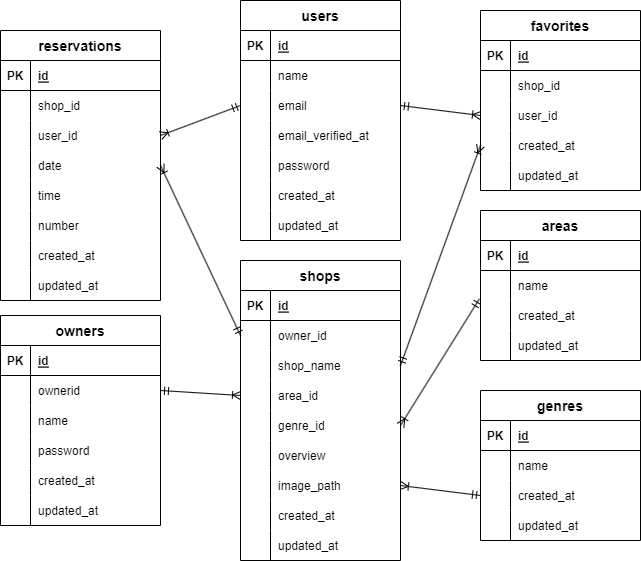
The draw.io diagram src/.drawio.png in yoshikiakazawa/Rese_rest, before a commit. Source tidied: cells renumbered, new cells last; positions are measured from the earlier drawing's top-left corner, leaving out a move shared by most shapes.
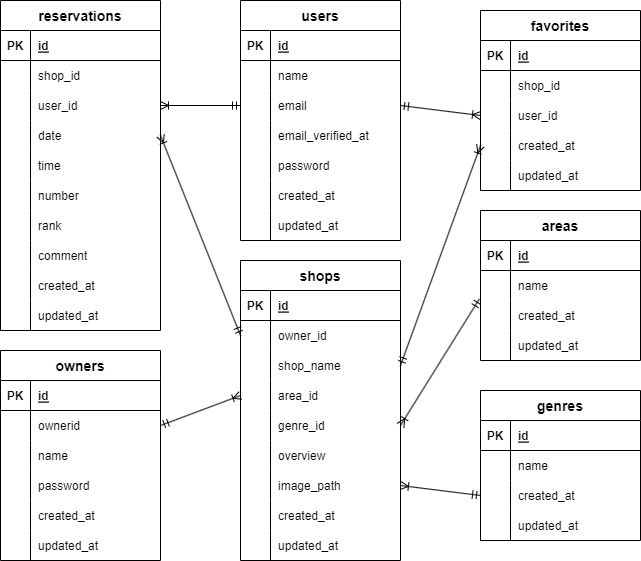
The same diagram one commit later.

What changed in the source:
```diff
@@ -3,7 +3,7 @@
     <mxCell id="0" />
     <mxCell id="1" parent="0" />
     <mxCell id="2" value="reservations" style="shape=table;startSize=30;rowLines=0;fontStyle=1;align=center;fontSize=14;" parent="1" vertex="1">
-      <mxGeometry y="30" width="160" height="270" as="geometry" />
+      <mxGeometry width="160" height="330" as="geometry" />
     </mxCell>
     <mxCell id="3" style="shape=tableRow;horizontal=0;startSize=0;swimlaneHead=0;swimlaneBody=0;fillColor=none;top=0;left=0;right=0;bottom=1;" parent="2" vertex="1">
       <mxGeometry y="30" width="160" height="30" as="geometry" />
@@ -59,8 +59,26 @@
     <mxCell id="20" value="number" style="shape=partialRectangle;fillColor=none;top=0;left=0;bottom=0;right=0;align=left;spacingLeft=6;overflow=hidden;" parent="18" vertex="1">
       <mxGeometry x="30" width="130" height="30" as="geometry" />
     </mxCell>
+    <mxCell id="145" style="shape=tableRow;horizontal=0;startSize=0;swimlaneHead=0;swimlaneBody=0;fillColor=none;top=0;left=0;right=0;bottom=0;" parent="2" vertex="1">
+      <mxGeometry y="210" width="160" height="30" as="geometry" />
+    </mxCell>
+    <mxCell id="146" style="shape=partialRectangle;fillColor=none;top=0;left=0;bottom=0;right=0;overflow=hidden;" parent="145" vertex="1">
+      <mxGeometry width="30" height="30" as="geometry" />
+    </mxCell>
+    <mxCell id="147" value="rank" style="shape=partialRectangle;fillColor=none;top=0;left=0;bottom=0;right=0;align=left;spacingLeft=6;overflow=hidden;" parent="145" vertex="1">
+      <mxGeometry x="30" width="130" height="30" as="geometry" />
+    </mxCell>
+    <mxCell id="148" style="shape=tableRow;horizontal=0;startSize=0;swimlaneHead=0;swimlaneBody=0;fillColor=none;top=0;left=0;right=0;bottom=0;" parent="2" vertex="1">
+      <mxGeometry y="240" width="160" height="30" as="geometry" />
+    </mxCell>
+    <mxCell id="149" style="shape=partialRectangle;fillColor=none;top=0;left=0;bottom=0;right=0;overflow=hidden;" parent="148" vertex="1">
+      <mxGeometry width="30" height="30" as="geometry" />
+    </mxCell>
+    <mxCell id="150" value="comment" style="shape=partialRectangle;fillColor=none;top=0;left=0;bottom=0;right=0;align=left;spacingLeft=6;overflow=hidden;" parent="148" vertex="1">
+      <mxGeometry x="30" width="130" height="30" as="geometry" />
+    </mxCell>
     <mxCell id="21" style="shape=tableRow;horizontal=0;startSize=0;swimlaneHead=0;swimlaneBody=0;fillColor=none;top=0;left=0;right=0;bottom=0;" parent="2" vertex="1">
-      <mxGeometry y="210" width="160" height="30" as="geometry" />
+      <mxGeometry y="270" width="160" height="30" as="geometry" />
     </mxCell>
     <mxCell id="22" style="shape=partialRectangle;fillColor=none;top=0;left=0;bottom=0;right=0;overflow=hidden;" parent="21" vertex="1">
       <mxGeometry width="30" height="30" as="geometry" />
@@ -69,7 +87,7 @@
       <mxGeometry x="30" width="130" height="30" as="geometry" />
     </mxCell>
     <mxCell id="24" style="shape=tableRow;horizontal=0;startSize=0;swimlaneHead=0;swimlaneBody=0;fillColor=none;top=0;left=0;right=0;bottom=0;" parent="2" vertex="1">
-      <mxGeometry y="240" width="160" height="30" as="geometry" />
+      <mxGeometry y="300" width="160" height="30" as="geometry" />
     </mxCell>
     <mxCell id="25" style="shape=partialRectangle;fillColor=none;top=0;left=0;bottom=0;right=0;overflow=hidden;" parent="24" vertex="1">
       <mxGeometry width="30" height="30" as="geometry" />
@@ -81,7 +99,7 @@
       <mxGeometry relative="1" as="geometry" />
     </mxCell>
     <mxCell id="28" value="owners" style="shape=table;startSize=30;rowLines=0;fontStyle=1;align=center;fontSize=14;" parent="1" vertex="1">
-      <mxGeometry y="315" width="160" height="210" as="geometry" />
+      <mxGeometry y="350" width="160" height="210" as="geometry" />
     </mxCell>
     <mxCell id="29" style="shape=tableRow;horizontal=0;startSize=0;swimlaneHead=0;swimlaneBody=0;fillColor=none;top=0;left=0;right=0;bottom=1;" parent="28" vertex="1">
       <mxGeometry y="30" width="160" height="30" as="geometry" />
```
